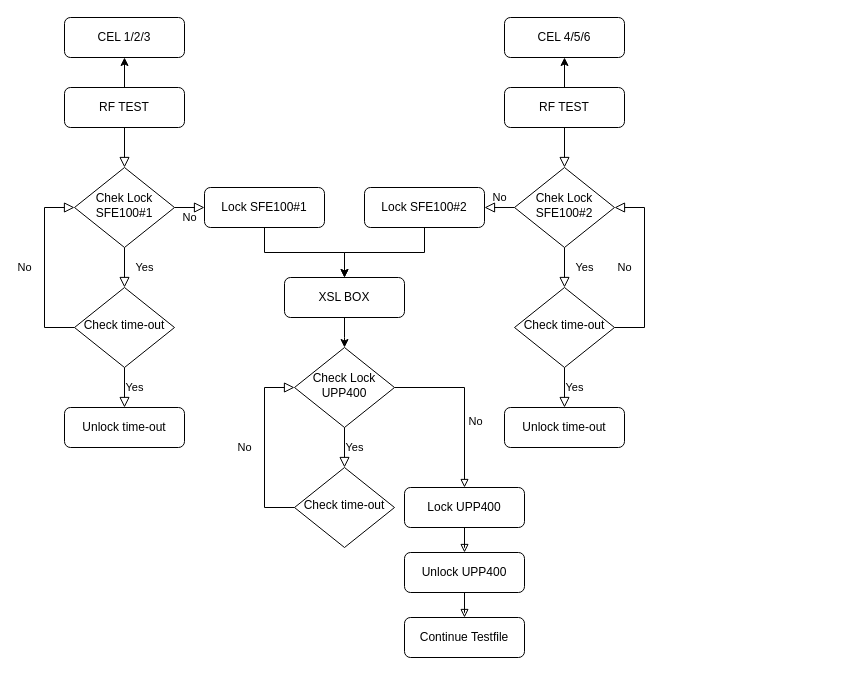
Before: FCT50 PSA IO.drawio in Waldri/index, a draw.io diagram. Source tidied: cells renumbered, new cells numbered last; positions are measured from the earlier drawing's top-left corner, leaving out a move shared by most shapes. Both pictures are drawn from the tidied source at 100%, with x=0, y=0 at pixel (44, 17).
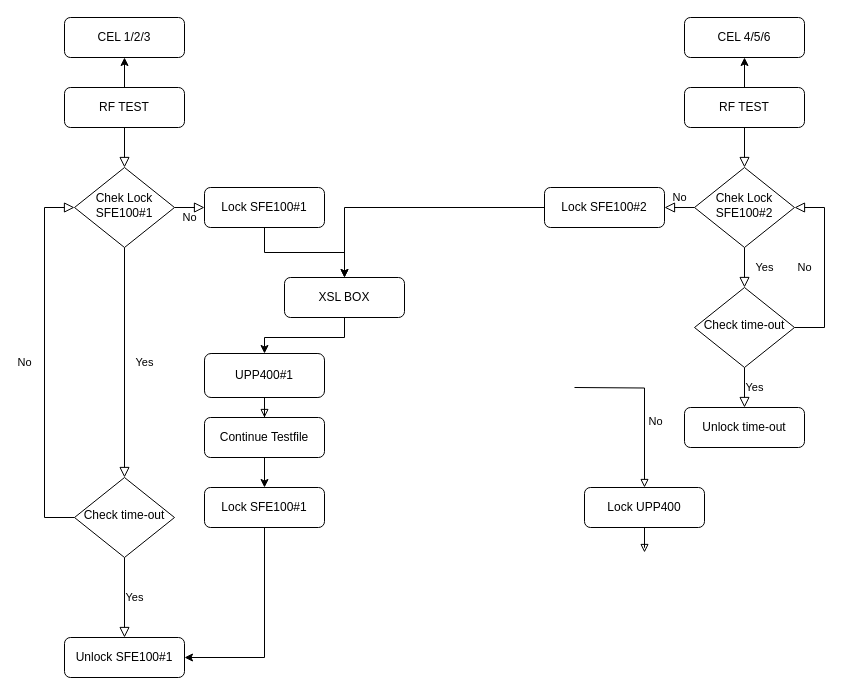
The same page after the edit.

Commit message:
Update FCT50 PSA IO V2.drawio

Unchanged cells that the change refers to:
```xml
<mxCell id="7" value="Chek Lock SFE100#1" style="rhombus;whiteSpace=wrap;html=1;shadow=0;fontFamily=Helvetica;fontSize=12;align=center;strokeWidth=1;spacing=6;spacingTop=-4;" parent="1" vertex="1">
  <mxGeometry x="30" y="150" width="100" height="80" as="geometry" />
</mxCell>
<mxCell id="16" value="XSL BOX" style="rounded=1;whiteSpace=wrap;html=1;fontSize=12;glass=0;strokeWidth=1;shadow=0;" parent="1" vertex="1">
  <mxGeometry x="240" y="260" width="120" height="40" as="geometry" />
</mxCell>
```

Change to the diagram source:
```diff
@@
     <mxCell id="10" value="No" style="rounded=0;html=1;jettySize=auto;fontSize=11;endArrow=block;endFill=0;endSize=8;strokeWidth=1;shadow=0;labelBackgroundColor=none;edgeStyle=orthogonalEdgeStyle;entryX=0;entryY=0.5;entryDx=0;entryDy=0;" parent="1" edge="1" source="12" target="7">
       <mxGeometry y="20" relative="1" as="geometry">
         <Array as="points">
-          <mxPoint y="310" />
+          <mxPoint y="500" />
           <mxPoint y="190" />
         </Array>
       </mxGeometry>
     </mxCell>
@@
     <mxCell id="12" value="Check time-out" style="rhombus;whiteSpace=wrap;html=1;shadow=0;fontFamily=Helvetica;fontSize=12;align=center;strokeWidth=1;spacing=6;spacingTop=-4;" parent="1" vertex="1">
-      <mxGeometry x="30" y="270" width="100" height="80" as="geometry" />
+      <mxGeometry x="30" y="460" width="100" height="80" as="geometry" />
     </mxCell>
-    <mxCell id="13" value="Unlock time-out" style="rounded=1;whiteSpace=wrap;html=1;fontSize=12;glass=0;strokeWidth=1;shadow=0;" parent="1" vertex="1">
-      <mxGeometry x="20" y="390" width="120" height="40" as="geometry" />
+    <mxCell id="13" value="Unlock SFE100#1" style="rounded=1;whiteSpace=wrap;html=1;fontSize=12;glass=0;strokeWidth=1;shadow=0;" parent="1" vertex="1">
+      <mxGeometry x="20" y="620" width="120" height="40" as="geometry" />
     </mxCell>
@@
-    <mxCell id="15" style="edgeStyle=orthogonalEdgeStyle;rounded=0;jettySize=auto;html=1;" parent="1" edge="1" source="16">
-      <mxGeometry relative="1" as="geometry">
-        <mxPoint x="300" y="330" as="targetPoint" />
-      </mxGeometry>
+    <mxCell id="15" style="edgeStyle=orthogonalEdgeStyle;rounded=0;jettySize=auto;html=1;entryX=0.5;entryY=0;entryDx=0;entryDy=0;" parent="1" edge="1" source="16" target="39">
+      <mxGeometry relative="1" as="geometry" />
     </mxCell>
@@
     <mxCell id="19" value="RF TEST" style="rounded=1;whiteSpace=wrap;html=1;fontSize=12;glass=0;strokeWidth=1;shadow=0;" parent="1" vertex="1">
-      <mxGeometry x="460" y="70" width="120" height="40" as="geometry" />
+      <mxGeometry x="640" y="70" width="120" height="40" as="geometry" />
     </mxCell>
@@
     <mxCell id="22" value="Chek Lock SFE100#2" style="rhombus;whiteSpace=wrap;html=1;shadow=0;fontFamily=Helvetica;fontSize=12;align=center;strokeWidth=1;spacing=6;spacingTop=-4;" parent="1" vertex="1">
-      <mxGeometry x="470" y="150" width="100" height="80" as="geometry" />
+      <mxGeometry x="650" y="150" width="100" height="80" as="geometry" />
     </mxCell>
@@
     <mxCell id="24" value="Lock SFE100#2" style="rounded=1;whiteSpace=wrap;html=1;fontSize=12;glass=0;strokeWidth=1;shadow=0;" parent="1" vertex="1">
-      <mxGeometry x="320" y="170" width="120" height="40" as="geometry" />
+      <mxGeometry x="500" y="170" width="120" height="40" as="geometry" />
     </mxCell>
     <mxCell id="25" value="No" style="rounded=0;html=1;jettySize=auto;fontSize=11;endArrow=block;endFill=0;endSize=8;strokeWidth=1;shadow=0;labelBackgroundColor=none;edgeStyle=orthogonalEdgeStyle;entryX=1;entryY=0.5;entryDx=0;entryDy=0;exitX=1;exitY=0.5;exitDx=0;exitDy=0;" parent="1" edge="1" source="27" target="22">
       <mxGeometry y="20" relative="1" as="geometry">
         <Array as="points">
-          <mxPoint x="600" y="310" />
-          <mxPoint x="600" y="190" />
+          <mxPoint x="780" y="310" />
+          <mxPoint x="780" y="190" />
         </Array>
       </mxGeometry>
     </mxCell>
@@
     <mxCell id="27" value="Check time-out" style="rhombus;whiteSpace=wrap;html=1;shadow=0;fontFamily=Helvetica;fontSize=12;align=center;strokeWidth=1;spacing=6;spacingTop=-4;" parent="1" vertex="1">
-      <mxGeometry x="470" y="270" width="100" height="80" as="geometry" />
+      <mxGeometry x="650" y="270" width="100" height="80" as="geometry" />
     </mxCell>
     <mxCell id="28" value="Unlock time-out" style="rounded=1;whiteSpace=wrap;html=1;fontSize=12;glass=0;strokeWidth=1;shadow=0;" parent="1" vertex="1">
-      <mxGeometry x="460" y="390" width="120" height="40" as="geometry" />
+      <mxGeometry x="640" y="390" width="120" height="40" as="geometry" />
     </mxCell>
     <mxCell id="29" value="CEL 4/5/6" style="rounded=1;whiteSpace=wrap;html=1;fontSize=12;glass=0;strokeWidth=1;shadow=0;" parent="1" vertex="1">
-      <mxGeometry x="460" width="120" height="40" as="geometry" />
+      <mxGeometry x="640" width="120" height="40" as="geometry" />
     </mxCell>
-    <mxCell id="30" value="Check time-out" style="rhombus;whiteSpace=wrap;html=1;shadow=0;fontFamily=Helvetica;fontSize=12;align=center;strokeWidth=1;spacing=6;spacingTop=-4;" parent="1" vertex="1">
-      <mxGeometry x="250" y="450" width="100" height="80" as="geometry" />
-    </mxCell>
-    <mxCell id="31" style="edgeStyle=orthogonalEdgeStyle;rounded=0;jettySize=auto;endArrow=block;endFill=0;html=1;entryX=0.5;entryY=0;entryDx=0;entryDy=0;" parent="1" edge="1" source="33" target="37">
-      <mxGeometry relative="1" as="geometry" />
+    <mxCell id="31" style="edgeStyle=orthogonalEdgeStyle;rounded=0;jettySize=auto;endArrow=block;endFill=0;html=1;entryX=0.5;entryY=0;entryDx=0;entryDy=0;" parent="1" edge="1" target="37">
+      <mxGeometry relative="1" as="geometry">
+        <mxPoint x="530" y="370" as="sourcePoint" />
+      </mxGeometry>
     </mxCell>
@@
-    <mxCell id="33" value="Check Lock UPP400" style="rhombus;whiteSpace=wrap;html=1;shadow=0;fontFamily=Helvetica;fontSize=12;align=center;strokeWidth=1;spacing=6;spacingTop=-4;" parent="1" vertex="1">
-      <mxGeometry x="250" y="330" width="100" height="80" as="geometry" />
-    </mxCell>
-    <mxCell id="34" value="Yes" style="edgeStyle=orthogonalEdgeStyle;rounded=0;html=1;jettySize=auto;fontSize=11;endArrow=block;endFill=0;endSize=8;strokeWidth=1;shadow=0;labelBackgroundColor=none;exitX=0.5;exitY=1;exitDx=0;exitDy=0;entryX=0.5;entryY=0;entryDx=0;entryDy=0;" parent="1" edge="1" source="33" target="30">
-      <mxGeometry y="10" relative="1" as="geometry" />
-    </mxCell>
-    <mxCell id="35" value="No" style="rounded=0;html=1;jettySize=auto;fontSize=11;endArrow=block;endFill=0;endSize=8;strokeWidth=1;shadow=0;labelBackgroundColor=none;edgeStyle=orthogonalEdgeStyle;exitX=0;exitY=0.5;exitDx=0;exitDy=0;entryX=0;entryY=0.5;entryDx=0;entryDy=0;" parent="1" edge="1" source="30" target="33">
-      <mxGeometry y="20" relative="1" as="geometry">
-        <Array as="points">
-          <mxPoint x="220" y="490" />
-          <mxPoint x="220" y="370" />
-        </Array>
-      </mxGeometry>
-    </mxCell>
-    <mxCell id="36" style="edgeStyle=orthogonalEdgeStyle;rounded=0;jettySize=auto;html=1;startArrow=none;startFill=0;endArrow=block;endFill=0;" parent="1" edge="1" source="37" target="39">
-      <mxGeometry relative="1" as="geometry" />
+    <mxCell id="36" style="edgeStyle=orthogonalEdgeStyle;rounded=0;jettySize=auto;html=1;startArrow=none;startFill=0;endArrow=block;endFill=0;" parent="1" edge="1" source="37">
+      <mxGeometry relative="1" as="geometry">
+        <mxPoint x="600" y="535" as="targetPoint" />
+      </mxGeometry>
     </mxCell>
     <mxCell id="37" value="Lock UPP400" style="rounded=1;whiteSpace=wrap;html=1;fontSize=12;glass=0;strokeWidth=1;shadow=0;" parent="1" vertex="1">
-      <mxGeometry x="360" y="470" width="120" height="40" as="geometry" />
+      <mxGeometry x="540" y="470" width="120" height="40" as="geometry" />
     </mxCell>
@@
-    <mxCell id="39" value="Unlock UPP400" style="rounded=1;whiteSpace=wrap;html=1;fontSize=12;glass=0;strokeWidth=1;shadow=0;" parent="1" vertex="1">
-      <mxGeometry x="360" y="535" width="120" height="40" as="geometry" />
+    <mxCell id="39" value="UPP400#1" style="rounded=1;whiteSpace=wrap;html=1;fontSize=12;glass=0;strokeWidth=1;shadow=0;" parent="1" vertex="1">
+      <mxGeometry x="160" y="336" width="120" height="44" as="geometry" />
     </mxCell>
+    <mxCell id="41" style="edgeStyle=orthogonalEdgeStyle;rounded=0;jettySize=auto;html=1;" parent="1" edge="1" source="40" target="43">
+      <mxGeometry relative="1" as="geometry" />
+    </mxCell>
     <mxCell id="40" value="Continue Testfile" style="rounded=1;whiteSpace=wrap;html=1;fontSize=12;glass=0;strokeWidth=1;shadow=0;" parent="1" vertex="1">
-      <mxGeometry x="360" y="600" width="120" height="40" as="geometry" />
+      <mxGeometry x="160" y="400" width="120" height="40" as="geometry" />
     </mxCell>
+    <mxCell id="42" style="edgeStyle=orthogonalEdgeStyle;rounded=0;jettySize=auto;html=1;entryX=1;entryY=0.5;entryDx=0;entryDy=0;" parent="1" edge="1" source="43" target="13">
+      <mxGeometry relative="1" as="geometry">
+        <Array as="points">
+          <mxPoint x="220" y="640" />
+        </Array>
+      </mxGeometry>
+    </mxCell>
+    <mxCell id="43" value="Lock SFE100#1" style="rounded=1;whiteSpace=wrap;html=1;fontSize=12;glass=0;strokeWidth=1;shadow=0;" parent="1" vertex="1">
+      <mxGeometry x="160" y="470" width="120" height="40" as="geometry" />
+    </mxCell>
```
